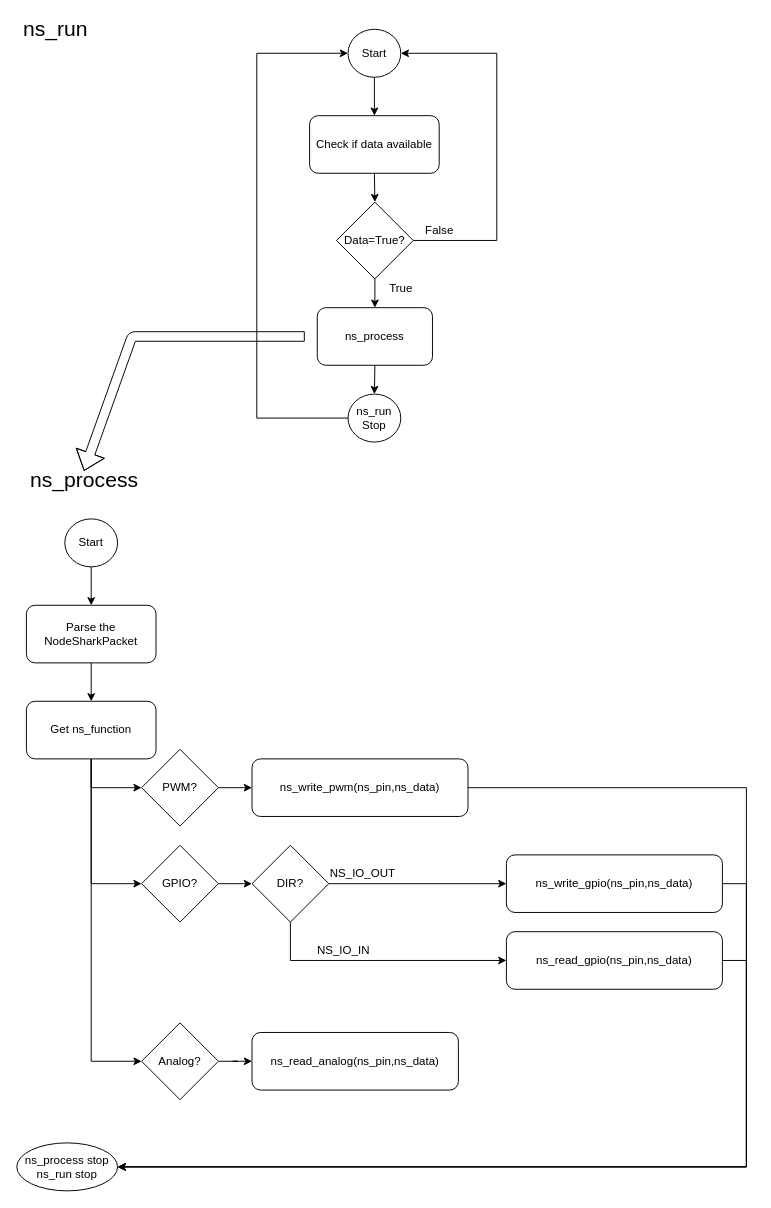
Earlier version of the draw.io diagram page "ns functions" (3 of 4) of Design/NodeShark.drawio (ablinux/NodeShark). Source tidied: cells renumbered, new cells numbered last; positions are measured from the earlier drawing's top-left corner, leaving out a move shared by most shapes. Both pictures are drawn from the tidied source at 96%, with x=0, y=0 at pixel (16, 19).
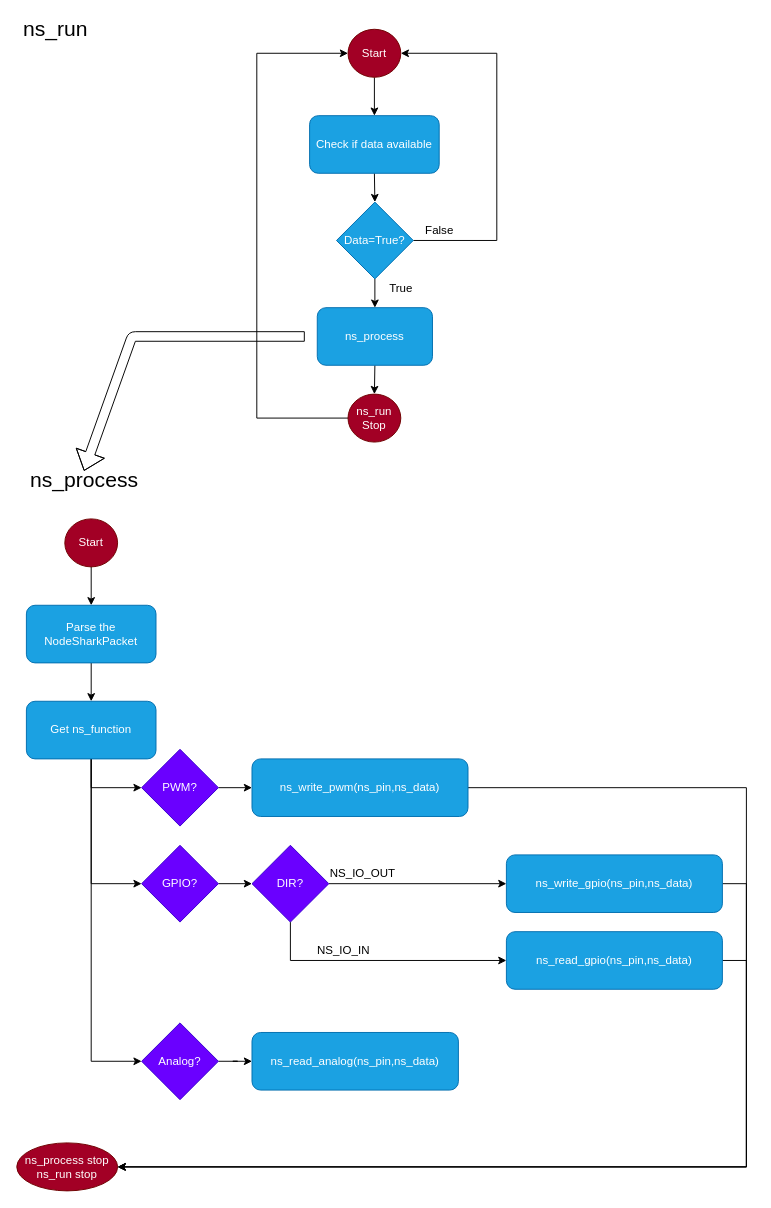
Above is the later version.

Change to the diagram source:
```diff
@@
-    <mxCell id="3" value="Start" style="ellipse;whiteSpace=wrap;html=1;" parent="1" vertex="1">
+    <mxCell id="3" value="Start" style="ellipse;whiteSpace=wrap;html=1;fillColor=#a20025;strokeColor=#6F0000;fontColor=#ffffff;" parent="1" vertex="1">
       <mxGeometry x="345" y="10" width="55" height="50" as="geometry" />
     </mxCell>
@@
-    <mxCell id="5" value="Check if data available" style="rounded=1;whiteSpace=wrap;html=1;" parent="1" vertex="1">
+    <mxCell id="5" value="Check if data available" style="rounded=1;whiteSpace=wrap;html=1;fillColor=#1ba1e2;strokeColor=#006EAF;fontColor=#ffffff;" parent="1" vertex="1">
       <mxGeometry x="305" y="100" width="135" height="60" as="geometry" />
     </mxCell>
@@
-    <mxCell id="8" value="Data=True?" style="rhombus;whiteSpace=wrap;html=1;" parent="1" vertex="1">
+    <mxCell id="8" value="Data=True?" style="rhombus;whiteSpace=wrap;html=1;fillColor=#1ba1e2;strokeColor=#006EAF;fontColor=#ffffff;" parent="1" vertex="1">
       <mxGeometry x="333" y="190" width="80" height="80" as="geometry" />
     </mxCell>
@@
-    <mxCell id="10" value="ns_process" style="rounded=1;whiteSpace=wrap;html=1;" parent="1" vertex="1">
+    <mxCell id="10" value="ns_process" style="rounded=1;whiteSpace=wrap;html=1;fillColor=#1ba1e2;strokeColor=#006EAF;fontColor=#ffffff;" parent="1" vertex="1">
       <mxGeometry x="313" y="300" width="120" height="60" as="geometry" />
     </mxCell>
@@
-    <mxCell id="12" value="ns_run Stop" style="ellipse;whiteSpace=wrap;html=1;" parent="1" vertex="1">
+    <mxCell id="12" value="ns_run Stop" style="ellipse;whiteSpace=wrap;html=1;fillColor=#a20025;strokeColor=#6F0000;fontColor=#ffffff;" parent="1" vertex="1">
       <mxGeometry x="345" y="390" width="55" height="50" as="geometry" />
     </mxCell>
@@
-    <mxCell id="18" value="Start" style="ellipse;whiteSpace=wrap;html=1;" parent="1" vertex="1">
+    <mxCell id="18" value="Start" style="ellipse;whiteSpace=wrap;html=1;fillColor=#a20025;strokeColor=#6F0000;fontColor=#ffffff;" parent="1" vertex="1">
       <mxGeometry x="50" y="520" width="55" height="50" as="geometry" />
     </mxCell>
@@
-    <mxCell id="20" value="Parse the NodeSharkPacket" style="rounded=1;whiteSpace=wrap;html=1;" parent="1" vertex="1">
+    <mxCell id="20" value="Parse the NodeSharkPacket" style="rounded=1;whiteSpace=wrap;html=1;fillColor=#1ba1e2;strokeColor=#006EAF;fontColor=#ffffff;" parent="1" vertex="1">
       <mxGeometry x="10" y="610" width="135" height="60" as="geometry" />
     </mxCell>
@@
-    <mxCell id="24" value="Get ns_function" style="rounded=1;whiteSpace=wrap;html=1;" parent="1" vertex="1">
+    <mxCell id="24" value="Get ns_function" style="rounded=1;whiteSpace=wrap;html=1;fillColor=#1ba1e2;strokeColor=#006EAF;fontColor=#ffffff;" parent="1" vertex="1">
       <mxGeometry x="10" y="710" width="135" height="60" as="geometry" />
     </mxCell>
@@
-    <mxCell id="26" value="PWM?" style="rhombus;whiteSpace=wrap;html=1;" parent="1" vertex="1">
+    <mxCell id="26" value="PWM?" style="rhombus;whiteSpace=wrap;html=1;fillColor=#6a00ff;strokeColor=#3700CC;fontColor=#ffffff;" parent="1" vertex="1">
       <mxGeometry x="130" y="760" width="80" height="80" as="geometry" />
     </mxCell>
@@
-    <mxCell id="28" value="GPIO?" style="rhombus;whiteSpace=wrap;html=1;" parent="1" vertex="1">
+    <mxCell id="28" value="GPIO?" style="rhombus;whiteSpace=wrap;html=1;fillColor=#6a00ff;strokeColor=#3700CC;fontColor=#ffffff;" parent="1" vertex="1">
       <mxGeometry x="130" y="860" width="80" height="80" as="geometry" />
     </mxCell>
@@
-    <mxCell id="30" value="Analog?" style="rhombus;whiteSpace=wrap;html=1;" parent="1" vertex="1">
+    <mxCell id="30" value="Analog?" style="rhombus;whiteSpace=wrap;html=1;fillColor=#6a00ff;strokeColor=#3700CC;fontColor=#ffffff;" parent="1" vertex="1">
       <mxGeometry x="130" y="1045" width="80" height="80" as="geometry" />
     </mxCell>
@@
-    <mxCell id="32" value="ns_write_pwm(ns_pin,ns_data)" style="rounded=1;whiteSpace=wrap;html=1;" parent="1" vertex="1">
+    <mxCell id="32" value="ns_write_pwm(ns_pin,ns_data)" style="rounded=1;whiteSpace=wrap;html=1;fillColor=#1ba1e2;strokeColor=#006EAF;fontColor=#ffffff;" parent="1" vertex="1">
       <mxGeometry x="245" y="770" width="225" height="60" as="geometry" />
     </mxCell>
@@
-    <mxCell id="34" value="ns_write_gpio(ns_pin,ns_data)" style="rounded=1;whiteSpace=wrap;html=1;" parent="1" vertex="1">
+    <mxCell id="34" value="ns_write_gpio(ns_pin,ns_data)" style="rounded=1;whiteSpace=wrap;html=1;fillColor=#1ba1e2;strokeColor=#006EAF;fontColor=#ffffff;" parent="1" vertex="1">
       <mxGeometry x="510" y="870" width="225" height="60" as="geometry" />
     </mxCell>
-    <mxCell id="35" value="ns_read_analog(ns_pin,ns_data)" style="rounded=1;whiteSpace=wrap;html=1;" parent="1" vertex="1">
+    <mxCell id="35" value="ns_read_analog(ns_pin,ns_data)" style="rounded=1;whiteSpace=wrap;html=1;fillColor=#1ba1e2;strokeColor=#006EAF;fontColor=#ffffff;" parent="1" vertex="1">
       <mxGeometry x="245" y="1055" width="215" height="60" as="geometry" />
     </mxCell>
@@
-    <mxCell id="38" value="DIR?" style="rhombus;whiteSpace=wrap;html=1;" parent="1" vertex="1">
+    <mxCell id="38" value="DIR?" style="rhombus;whiteSpace=wrap;html=1;fillColor=#6a00ff;strokeColor=#3700CC;fontColor=#ffffff;" parent="1" vertex="1">
       <mxGeometry x="245" y="860" width="80" height="80" as="geometry" />
     </mxCell>
@@
-    <mxCell id="40" value="ns_read_gpio(ns_pin,ns_data)" style="rounded=1;whiteSpace=wrap;html=1;" parent="1" vertex="1">
+    <mxCell id="40" value="ns_read_gpio(ns_pin,ns_data)" style="rounded=1;whiteSpace=wrap;html=1;fillColor=#1ba1e2;strokeColor=#006EAF;fontColor=#ffffff;" parent="1" vertex="1">
       <mxGeometry x="510" y="950" width="225" height="60" as="geometry" />
     </mxCell>
@@
-    <mxCell id="44" value="ns_process stop&lt;br&gt;ns_run stop" style="ellipse;whiteSpace=wrap;html=1;" parent="1" vertex="1">
+    <mxCell id="44" value="ns_process stop&lt;br&gt;ns_run stop" style="ellipse;whiteSpace=wrap;html=1;fillColor=#a20025;strokeColor=#6F0000;fontColor=#ffffff;" parent="1" vertex="1">
       <mxGeometry y="1170" width="105" height="50" as="geometry" />
     </mxCell>
```
